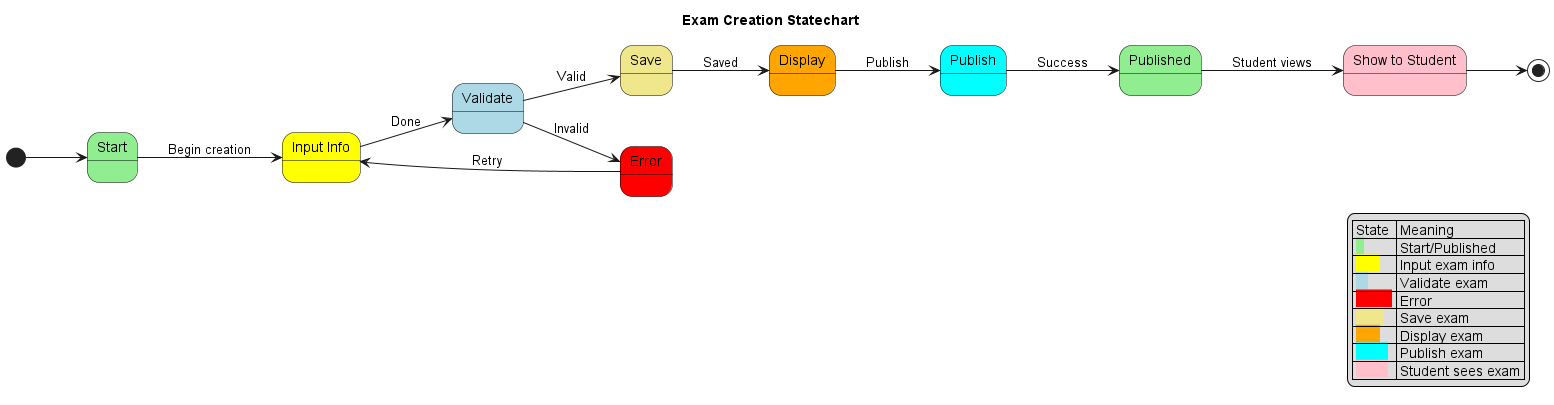
conghoan1211/AI-Kiosk-Testing-system keeps this PlantUML diagram as design/out/examcreationstatechart/Exam_Creation_Statechart.png. Above is the earlier version. Its diagram source:
```plantuml
@startuml Exam_Creation_Statechart
title Exam Creation Statechart

left to right direction

skinparam state {
    BorderColor black
}

[*] --> Start

state "Start" as Start #lightgreen
state "Input Info" as Input #yellow
state "Validate" as Validate #lightblue
state "Error" as Error #red
state "Save" as Save #khaki
state "Display" as Display #orange
state "Publish" as Publish #cyan
state "Published" as Published #lightgreen
state "Show to Student" as ShowStudent #pink

Start --> Input : Begin creation
Input --> Validate : Done
Validate --> Error : Invalid
Validate --> Save : Valid
Error --> Input : Retry
Save --> Display : Saved
Display --> Publish : Publish
Publish --> Published : Success
Published --> ShowStudent : Student views

ShowStudent --> [*]

legend right
  | State | Meaning |
  | <back:lightgreen>  </back> | Start/Published |
  | <back:yellow>      </back> | Input exam info |
  | <back:lightblue>   </back> | Validate exam |
  | <back:red>         </back> | Error |
  | <back:khaki>       </back> | Save exam |
  | <back:orange>      </back> | Display exam |
  | <back:cyan>        </back> | Publish exam |
  | <back:pink>        </back> | Student sees exam |
end legend

@enduml
```
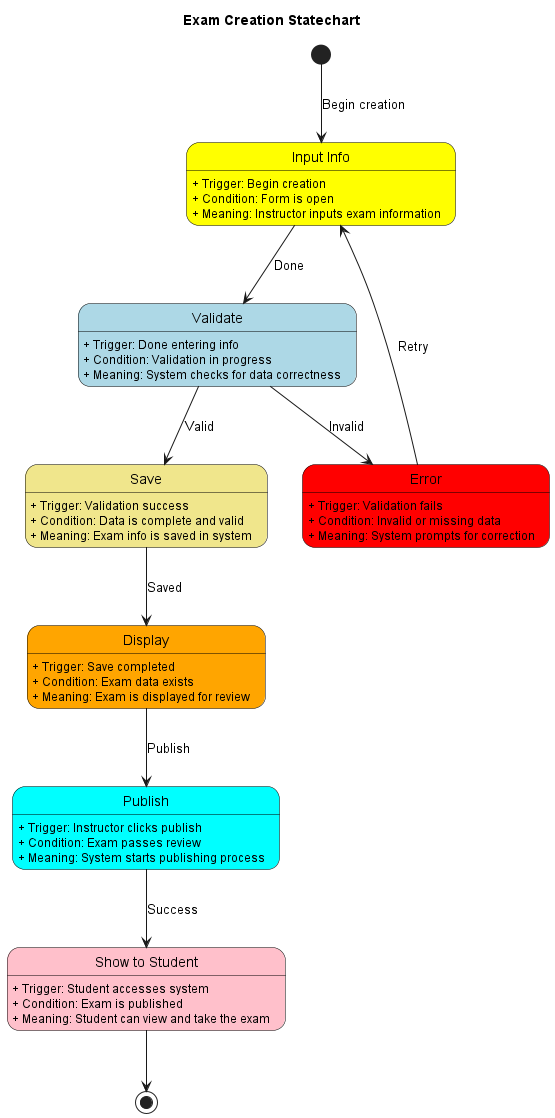
After the commit.

Change to the diagram source:
```diff
@@ -1,46 +1,57 @@
 @startuml Exam_Creation_Statechart
 title Exam Creation Statechart
 
-left to right direction
 
 skinparam state {
     BorderColor black
 }
 
-[*] --> Start
 
-state "Start" as Start #lightgreen
+
+
 state "Input Info" as Input #yellow
+Input : + Trigger: Begin creation
+Input : + Condition: Form is open
+Input : + Meaning: Instructor inputs exam information
+
 state "Validate" as Validate #lightblue
+Validate : + Trigger: Done entering info
+Validate : + Condition: Validation in progress
+Validate : + Meaning: System checks for data correctness
+
 state "Error" as Error #red
+Error : + Trigger: Validation fails
+Error : + Condition: Invalid or missing data
+Error : + Meaning: System prompts for correction
+
 state "Save" as Save #khaki
+Save : + Trigger: Validation success
+Save : + Condition: Data is complete and valid
+Save : + Meaning: Exam info is saved in system
+
 state "Display" as Display #orange
+Display : + Trigger: Save completed
+Display : + Condition: Exam data exists
+Display : + Meaning: Exam is displayed for review
+
 state "Publish" as Publish #cyan
-state "Published" as Published #lightgreen
+Publish : + Trigger: Instructor clicks publish
+Publish : + Condition: Exam passes review
+Publish : + Meaning: System starts publishing process
+
 state "Show to Student" as ShowStudent #pink
+ShowStudent : + Trigger: Student accesses system
+ShowStudent : + Condition: Exam is published
+ShowStudent : + Meaning: Student can view and take the exam
 
-Start --> Input : Begin creation
+[*] --> Input : Begin creation
 Input --> Validate : Done
 Validate --> Error : Invalid
 Validate --> Save : Valid
 Error --> Input : Retry
 Save --> Display : Saved
 Display --> Publish : Publish
-Publish --> Published : Success
-Published --> ShowStudent : Student views
-
+Publish --> ShowStudent : Success
 ShowStudent --> [*]
 
-legend right
-  | State | Meaning |
-  | <back:lightgreen>  </back> | Start/Published |
-  | <back:yellow>      </back> | Input exam info |
-  | <back:lightblue>   </back> | Validate exam |
-  | <back:red>         </back> | Error |
-  | <back:khaki>       </back> | Save exam |
-  | <back:orange>      </back> | Display exam |
-  | <back:cyan>        </back> | Publish exam |
-  | <back:pink>        </back> | Student sees exam |
-end legend
-
 @enduml
```
